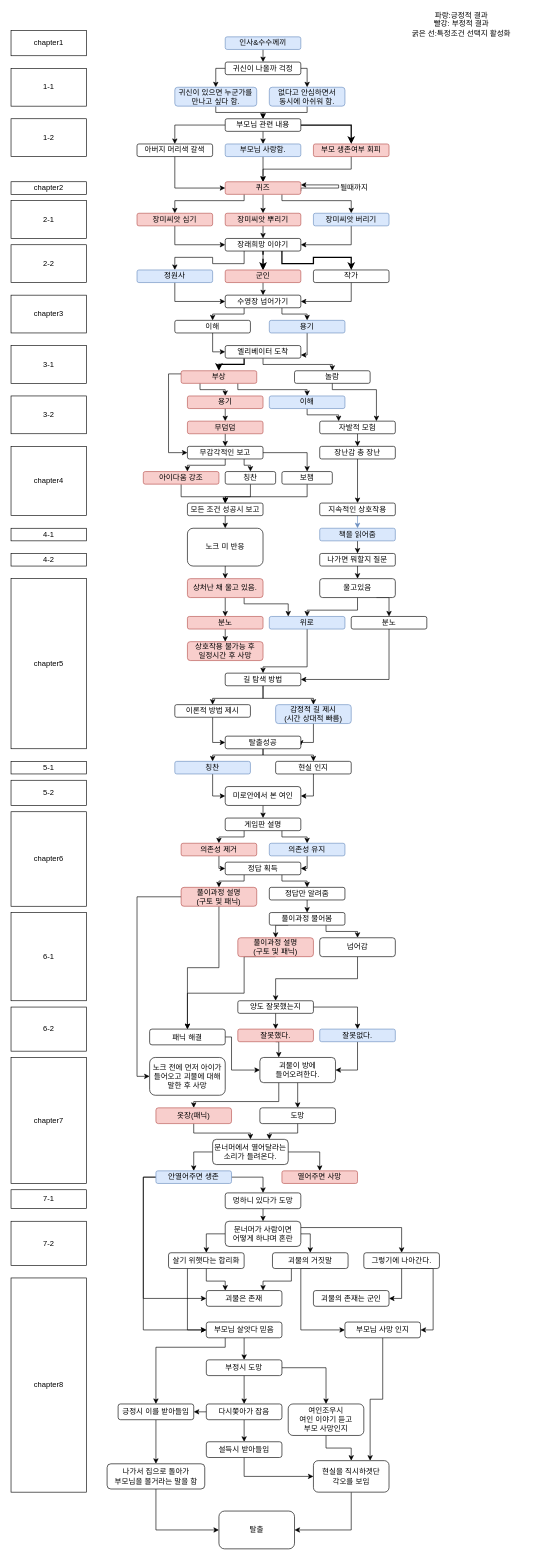
KimSeal/gamemaker keeps this draw.io diagram as interaction.drawio. Above is the earlier version. Source tidied: cells renumbered, new cells numbered last; positions are measured from the earlier drawing's top-left corner, leaving out a move shared by most shapes. Both pictures are drawn from the tidied source at 63%, with x=0, y=0 at pixel (11, 18).
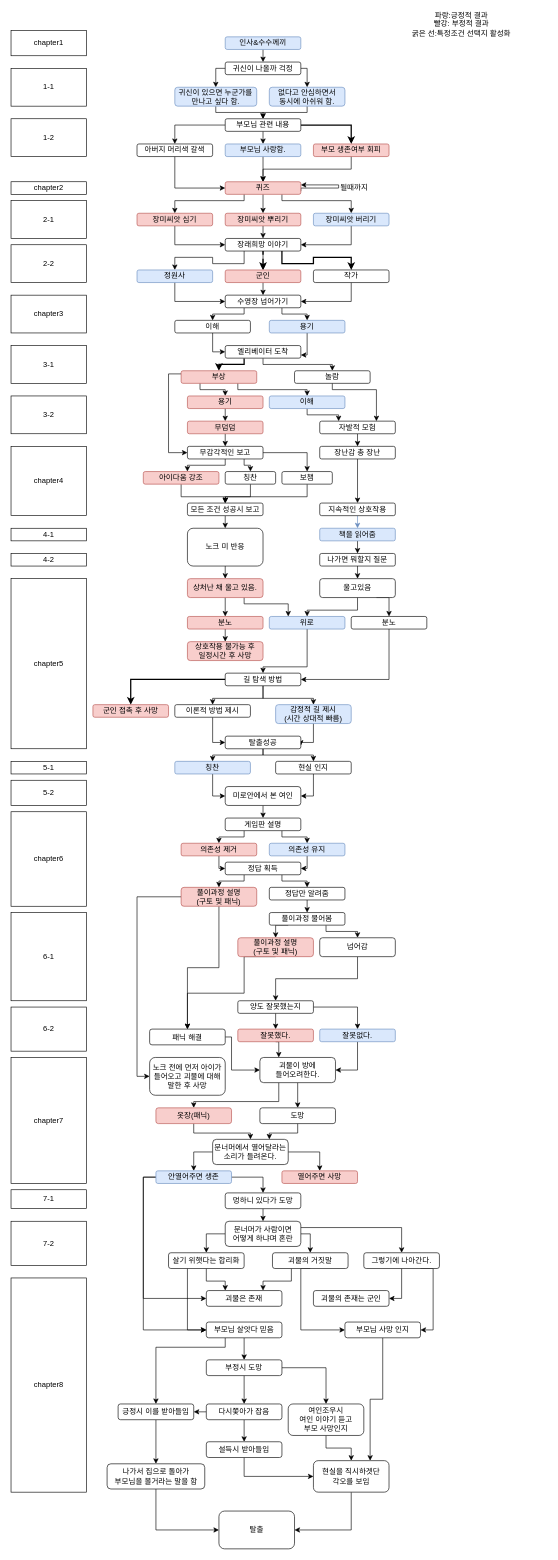
After the change.

The change refers to these unchanged cells:
```xml
<mxCell id="119" value="길 탐색 방법" style="rounded=1;whiteSpace=wrap;html=1;" parent="1" vertex="1">
  <mxGeometry x="340" y="1040" width="120" height="20" as="geometry" />
</mxCell>
```

Diff of the diagram source:
```diff
@@
+    <mxCell id="228" style="edgeStyle=orthogonalEdgeStyle;rounded=0;jettySize=auto;html=1;exitX=0;exitY=0.5;exitDx=0;exitDy=0;strokeWidth=2;" parent="1" edge="1" source="119" target="229">
+      <mxGeometry relative="1" as="geometry" />
+    </mxCell>
@@
+    <mxCell id="229" value="군인 접촉 후 사망" style="rounded=1;whiteSpace=wrap;html=1;fillColor=#f8cecc;strokeColor=#b85450;" parent="1" vertex="1">
+      <mxGeometry x="130" y="1090" width="120" height="20" as="geometry" />
+    </mxCell>
```
